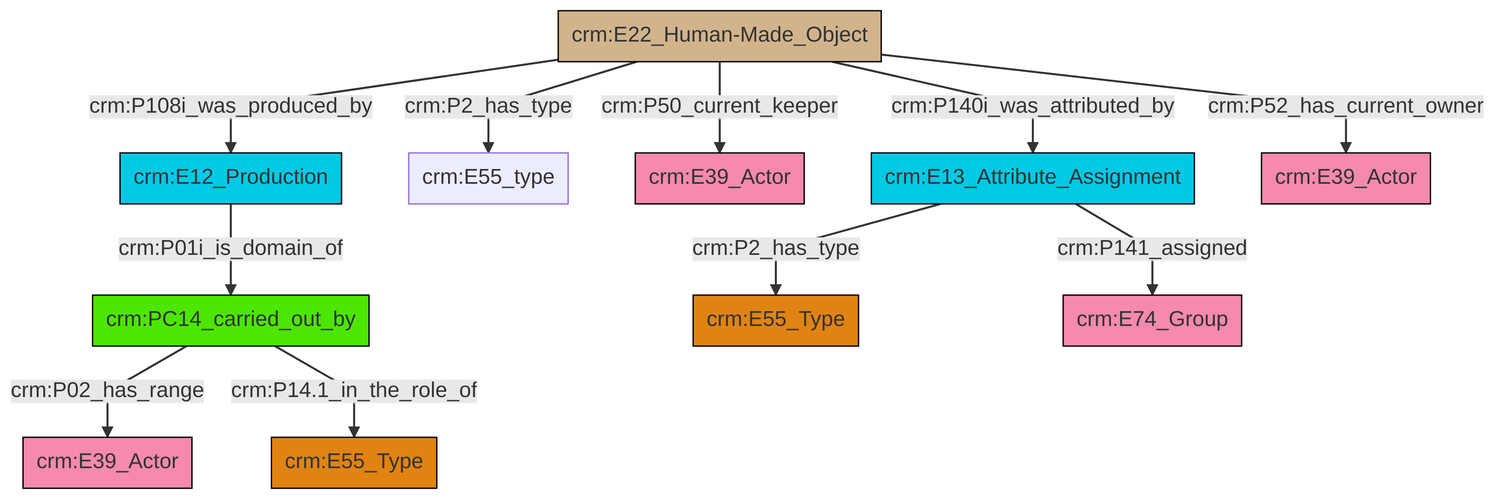
swiss-art-research-net/reference-data-models keeps this Mermaid diagram as et/artworkCSV/ttl/mmd/png/Artwork_Actor_Relations.png. Above is the earlier version. Its source is kept beside it as et/artworkCSV/ttl/mmd/Artwork_Actor_Relations.ttl.mmd.
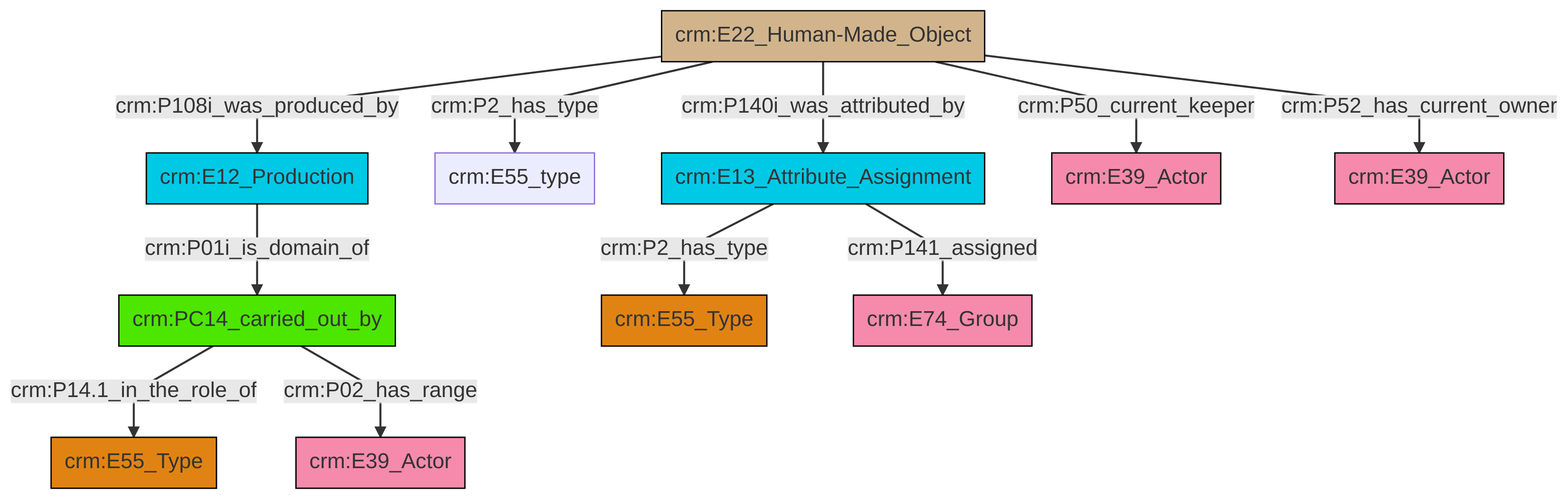
After the commit.

The edit, as a diff of the source:
```diff
@@ -13,13 +13,13 @@
 classDef PC_Classes fill:#4ce600, stroke:#000000;
 classDef Multi fill:#cccccc,stroke:#000000;
 
-2["crm:E22_Human-Made_Object"]:::Physical_Thing -->|crm:P108i_was_produced_by| 3["crm:E12_Production"]:::Temporal_Entity
-4["crm:PC14_carried_out_by"]:::PC_Classes -->|crm:P02_has_range| 5["crm:E39_Actor"]:::Actor
-6["crm:E13_Attribute_Assignment"]:::Temporal_Entity -->|crm:P2_has_type| 0["crm:E55_Type"]:::Type
-6["crm:E13_Attribute_Assignment"]:::Temporal_Entity -->|crm:P141_assigned| 7["crm:E74_Group"]:::Actor
-4["crm:PC14_carried_out_by"]:::PC_Classes -->|crm:P14.1_in_the_role_of| 19["crm:E55_Type"]:::Type
-2["crm:E22_Human-Made_Object"]:::Physical_Thing -->|crm:P2_has_type| 17["crm:E55_type"]:::Default
-3["crm:E12_Production"]:::Temporal_Entity -->|crm:P01i_is_domain_of| 4["crm:PC14_carried_out_by"]:::PC_Classes
-2["crm:E22_Human-Made_Object"]:::Physical_Thing -->|crm:P50_current_keeper| 13["crm:E39_Actor"]:::Actor
-2["crm:E22_Human-Made_Object"]:::Physical_Thing -->|crm:P140i_was_attributed_by| 6["crm:E13_Attribute_Assignment"]:::Temporal_Entity
-2["crm:E22_Human-Made_Object"]:::Physical_Thing -->|crm:P52_has_current_owner| 11["crm:E39_Actor"]:::Actor
+4["crm:E13_Attribute_Assignment"]:::Temporal_Entity -->|crm:P2_has_type| 0["crm:E55_Type"]:::Type
+9["crm:E22_Human-Made_Object"]:::Physical_Thing -->|crm:P108i_was_produced_by| 7["crm:E12_Production"]:::Temporal_Entity
+7["crm:E12_Production"]:::Temporal_Entity -->|crm:P01i_is_domain_of| 2["crm:PC14_carried_out_by"]:::PC_Classes
+2["crm:PC14_carried_out_by"]:::PC_Classes -->|crm:P14.1_in_the_role_of| 10["crm:E55_Type"]:::Type
+9["crm:E22_Human-Made_Object"]:::Physical_Thing -->|crm:P2_has_type| 14["crm:E55_type"]:::Default
+2["crm:PC14_carried_out_by"]:::PC_Classes -->|crm:P02_has_range| 17["crm:E39_Actor"]:::Actor
+4["crm:E13_Attribute_Assignment"]:::Temporal_Entity -->|crm:P141_assigned| 5["crm:E74_Group"]:::Actor
+9["crm:E22_Human-Made_Object"]:::Physical_Thing -->|crm:P140i_was_attributed_by| 4["crm:E13_Attribute_Assignment"]:::Temporal_Entity
+9["crm:E22_Human-Made_Object"]:::Physical_Thing -->|crm:P50_current_keeper| 20["crm:E39_Actor"]:::Actor
+9["crm:E22_Human-Made_Object"]:::Physical_Thing -->|crm:P52_has_current_owner| 12["crm:E39_Actor"]:::Actor
```
